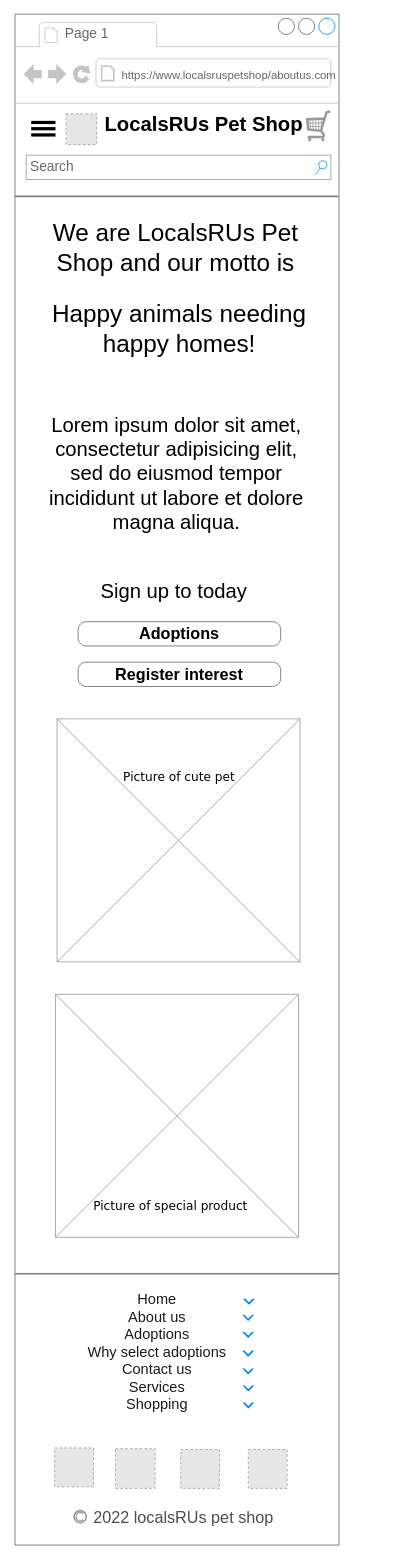
Before: page "About us page mobile version" (6 of 10) of Untitled Diagram.drawio in Oenghuswalsh/ICTWEB431-OenghusWalsh, a draw.io diagram. Source tidied: cells renumbered, new cells numbered last; positions are measured from the earlier drawing's top-left corner, leaving out a move shared by most shapes. Both pictures are drawn from the tidied source at 81%, with x=0, y=0 at pixel (15, 14). Pictures stored in the file or linked from it are replaced by grey dashed boxes.
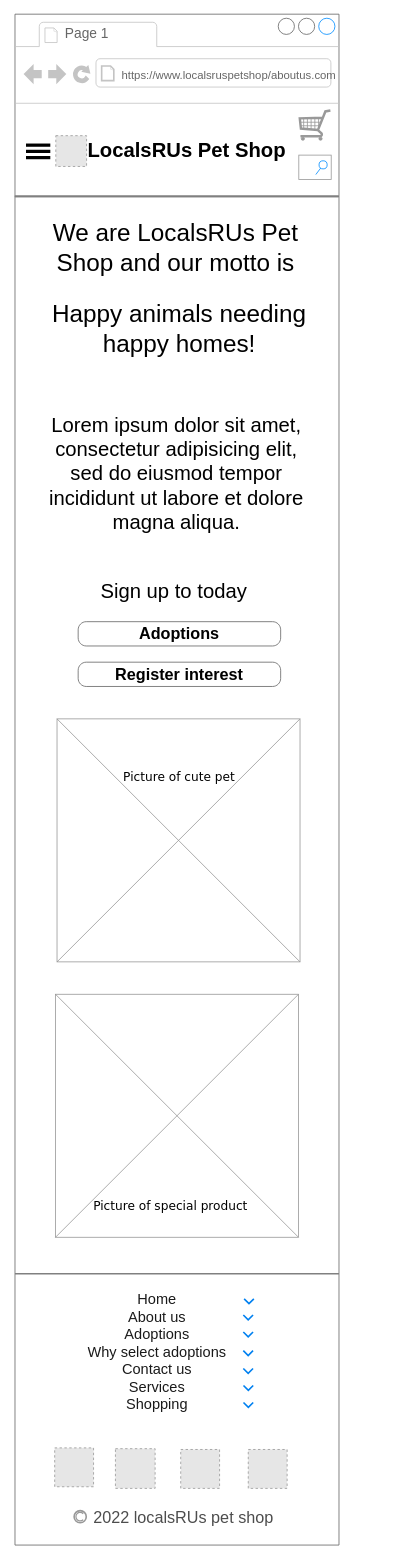
After the change.

Unchanged cells that the change refers to:
```xml
<mxCell id="2" style="strokeWidth=1;shadow=0;dashed=0;align=center;html=1;shape=mxgraph.mockup.containers.browserWindow;rSize=0;strokeColor=#666666;mainText=,;rounded=0;labelBackgroundColor=none;fontFamily=Verdana;fontSize=12;fillColor=none;" parent="1" vertex="1">
  <mxGeometry width="400" height="1890" as="geometry" />
</mxCell>
```

Diff of the diagram source:
```diff
@@
-    <mxCell id="5" value="&lt;b style=&quot;font-size: 25px;&quot;&gt;&lt;font style=&quot;font-size: 25px;&quot;&gt;LocalsRUs Pet Shop&lt;/font&gt;&lt;/b&gt;" style="text;html=1;align=left;verticalAlign=top;spacingTop=-4;fontSize=25;fontFamily=Helvetica;" parent="2" vertex="1">
-      <mxGeometry x="109.2" y="118" width="250" height="40" as="geometry" />
-    </mxCell>
-    <mxCell id="6" value="Search" style="strokeWidth=1;shadow=0;dashed=0;align=center;html=1;shape=mxgraph.mockup.forms.searchBox;strokeColor=#999999;mainText=;strokeColor2=#008cff;fontColor=#666666;fontSize=17;align=left;spacingLeft=3;rounded=0;labelBackgroundColor=none;" parent="2" vertex="1">
-      <mxGeometry x="13.8" y="174" width="376.2" height="30" as="geometry" />
-    </mxCell>
-    <mxCell id="7" style="verticalLabelPosition=bottom;shadow=0;dashed=0;align=center;html=1;verticalAlign=top;strokeWidth=1;shape=mxgraph.mockup.misc.shoppingCart;strokeColor=#999999;fontFamily=Helvetica;fontSize=10;fontColor=#A3A3A3;fillColor=none;" parent="2" vertex="1">
-      <mxGeometry x="360" y="119" width="30" height="38" as="geometry" />
-    </mxCell>
@@
-    <mxCell id="10" style="group;" parent="2" vertex="1">
-      <mxGeometry x="20" y="122" width="30" height="31" as="geometry" />
-    </mxCell>
-    <mxCell id="11" style="line;strokeWidth=4;html=1;perimeter=backbonePerimeter;fontFamily=Helvetica;fontSize=25;fontColor=#4D4D4D;fillColor=none;" parent="10" vertex="1">
-      <mxGeometry y="7.8" width="30" height="7.8" as="geometry" />
-    </mxCell>
-    <mxCell id="12" style="line;strokeWidth=4;html=1;perimeter=backbonePerimeter;fontFamily=Helvetica;fontSize=25;fontColor=#4D4D4D;fillColor=none;" parent="10" vertex="1">
-      <mxGeometry y="15.5" width="30" height="7.8" as="geometry" />
-    </mxCell>
-    <mxCell id="13" style="line;strokeWidth=4;html=1;perimeter=backbonePerimeter;fontFamily=Helvetica;fontSize=25;fontColor=#4D4D4D;fillColor=none;" parent="10" vertex="1">
-      <mxGeometry y="23.2" width="30" height="7.8" as="geometry" />
-    </mxCell>
@@
-    <mxCell id="26" style="fillColor=#E6E6E6;strokeColor=#999999;dashed=1;html=1;verticalAlign=top;verticalLabelPosition=bottom;labelBackgroundColor=#ffffff;fontFamily=Helvetica;fontSize=25;fontColor=#1A1A1A;" parent="2" vertex="1">
-      <mxGeometry x="63" y="123" width="38" height="38" as="geometry" />
-    </mxCell>
@@
+    <mxCell id="5" value="&lt;b style=&quot;font-size: 25px;&quot;&gt;&lt;font style=&quot;font-size: 25px;&quot;&gt;LocalsRUs Pet Shop&lt;/font&gt;&lt;/b&gt;" style="text;html=1;align=left;verticalAlign=top;spacingTop=-4;fontSize=25;fontFamily=Helvetica;" parent="2" vertex="1">
+      <mxGeometry x="88.4" y="150" width="250" height="40" as="geometry" />
+    </mxCell>
+    <mxCell id="41" style="strokeWidth=1;shadow=0;dashed=0;align=center;html=1;shape=mxgraph.mockup.forms.searchBox;strokeColor=#999999;mainText=;strokeColor2=#008cff;fontColor=#666666;fontSize=17;align=left;spacingLeft=3;rounded=0;labelBackgroundColor=none;" parent="2" vertex="1">
+      <mxGeometry x="350.4" y="174" width="40" height="30" as="geometry" />
+    </mxCell>
+    <mxCell id="42" style="verticalLabelPosition=bottom;shadow=0;dashed=0;align=center;html=1;verticalAlign=top;strokeWidth=1;shape=mxgraph.mockup.misc.shoppingCart;strokeColor=#999999;fontFamily=Helvetica;fontSize=10;fontColor=#A3A3A3;fillColor=none;" parent="2" vertex="1">
+      <mxGeometry x="350.4" y="118" width="40" height="38" as="geometry" />
+    </mxCell>
+    <mxCell id="43" style="group;" parent="2" vertex="1">
+      <mxGeometry x="13.6" y="150" width="30" height="31" as="geometry" />
+    </mxCell>
+    <mxCell id="11" style="line;strokeWidth=4;html=1;perimeter=backbonePerimeter;fontFamily=Helvetica;fontSize=25;fontColor=#4D4D4D;fillColor=none;" parent="43" vertex="1">
+      <mxGeometry y="7.8" width="30" height="7.8" as="geometry" />
+    </mxCell>
+    <mxCell id="12" style="line;strokeWidth=4;html=1;perimeter=backbonePerimeter;fontFamily=Helvetica;fontSize=25;fontColor=#4D4D4D;fillColor=none;" parent="43" vertex="1">
+      <mxGeometry y="15.5" width="30" height="7.8" as="geometry" />
+    </mxCell>
+    <mxCell id="13" style="line;strokeWidth=4;html=1;perimeter=backbonePerimeter;fontFamily=Helvetica;fontSize=25;fontColor=#4D4D4D;fillColor=none;" parent="43" vertex="1">
+      <mxGeometry y="23.2" width="30" height="7.8" as="geometry" />
+    </mxCell>
+    <mxCell id="44" style="fillColor=#E6E6E6;strokeColor=#999999;dashed=1;html=1;verticalAlign=top;verticalLabelPosition=bottom;labelBackgroundColor=#ffffff;fontFamily=Helvetica;fontSize=25;fontColor=#1A1A1A;" parent="2" vertex="1">
+      <mxGeometry x="50.4" y="150" width="38" height="38" as="geometry" />
+    </mxCell>
+    <mxCell id="45" style="line;strokeWidth=2;html=1;fontFamily=Helvetica;fontSize=18;fontColor=#1A1A1A;fillColor=none;strokeColor=#808080;" parent="2" vertex="1">
+      <mxGeometry y="220" width="400" height="10" as="geometry" />
+    </mxCell>
```
